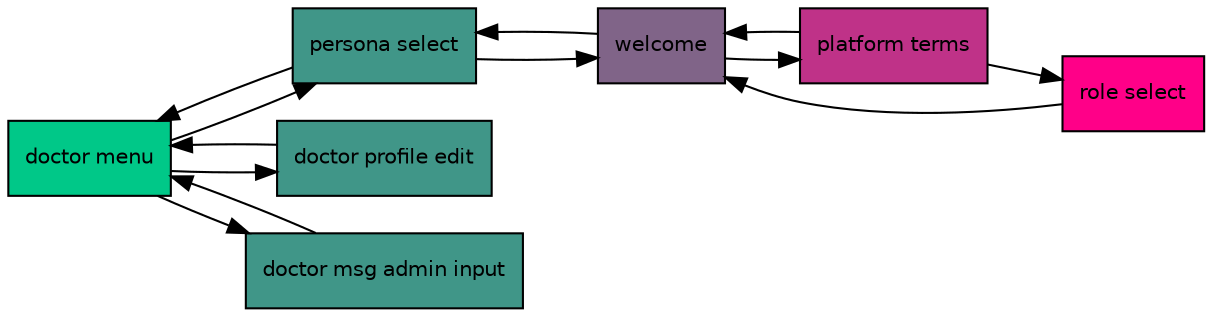
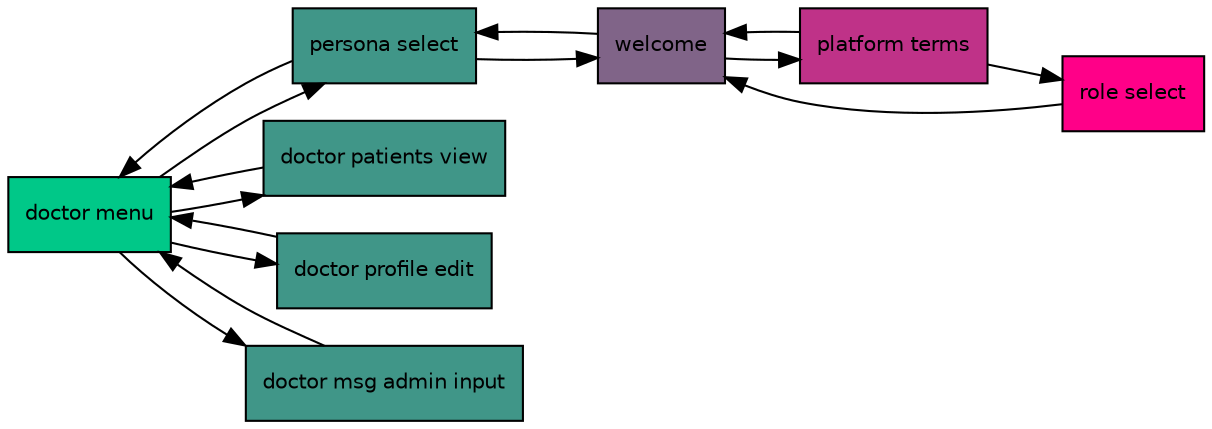
digraph doctor_flow {
  rankdir=LR;
  node [shape=box style=filled fontname="Helvetica" fontsize=10];
  "doctor_menu" [label="doctor menu" fillcolor="#00c888"];
  "persona_select" [label="persona select" fillcolor="#409688"];
+   "doctor_patients_view" [label="doctor patients view" fillcolor="#409688"];
  "doctor_profile_edit" [label="doctor profile edit" fillcolor="#409688"];
  "doctor_msg_admin_input" [label="doctor msg admin input" fillcolor="#409688"];
  "welcome" [label="welcome" fillcolor="#806488"];
  "platform_terms" [label="platform terms" fillcolor="#bf3288"];
  "role_select" [label="role select" fillcolor="#ff0088"];
  "doctor_menu" -> "persona_select";
+   "doctor_menu" -> "doctor_patients_view";
  "doctor_menu" -> "doctor_profile_edit";
  "doctor_menu" -> "doctor_msg_admin_input";
  "persona_select" -> "doctor_menu";
  "persona_select" -> "welcome";
+   "doctor_patients_view" -> "doctor_menu";
  "doctor_profile_edit" -> "doctor_menu";
  "doctor_msg_admin_input" -> "doctor_menu";
  "welcome" -> "platform_terms";
  "welcome" -> "persona_select";
  "platform_terms" -> "welcome";
  "platform_terms" -> "role_select";
  "role_select" -> "welcome";
}